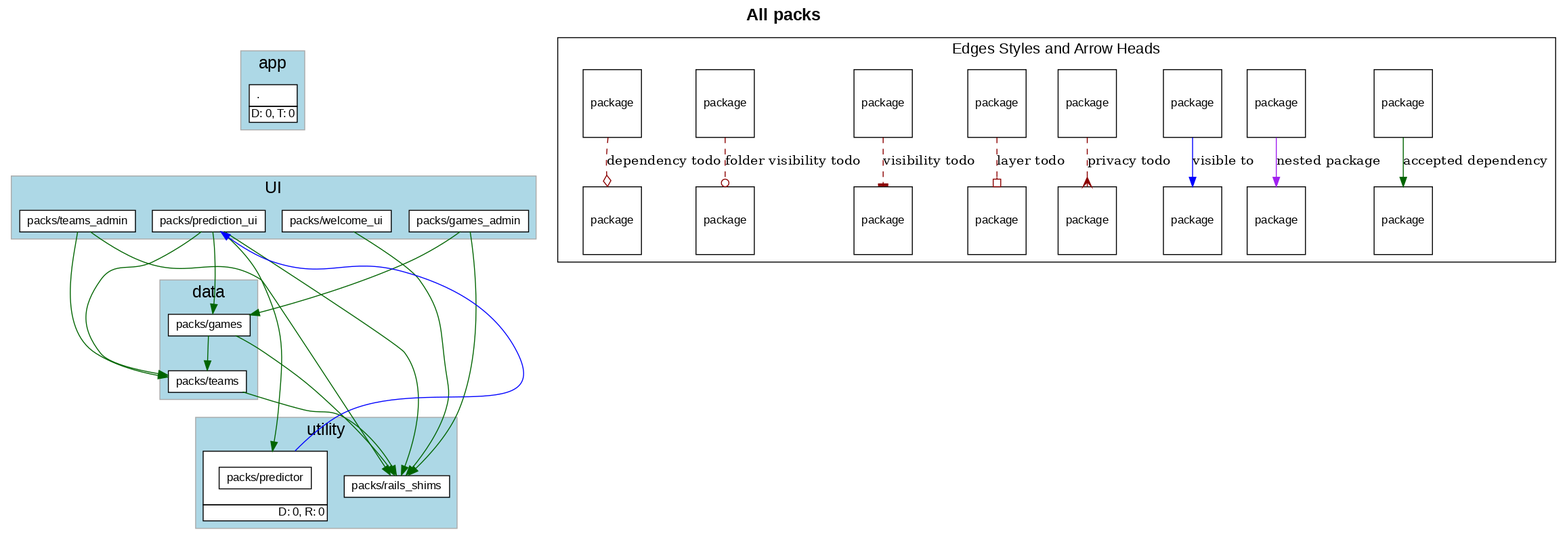
The Graphviz diagram diagrams/all_packs.png in shageman/package-based-rails-applications, before a commit. Its source is kept beside it as diagrams/all_packs.dot.
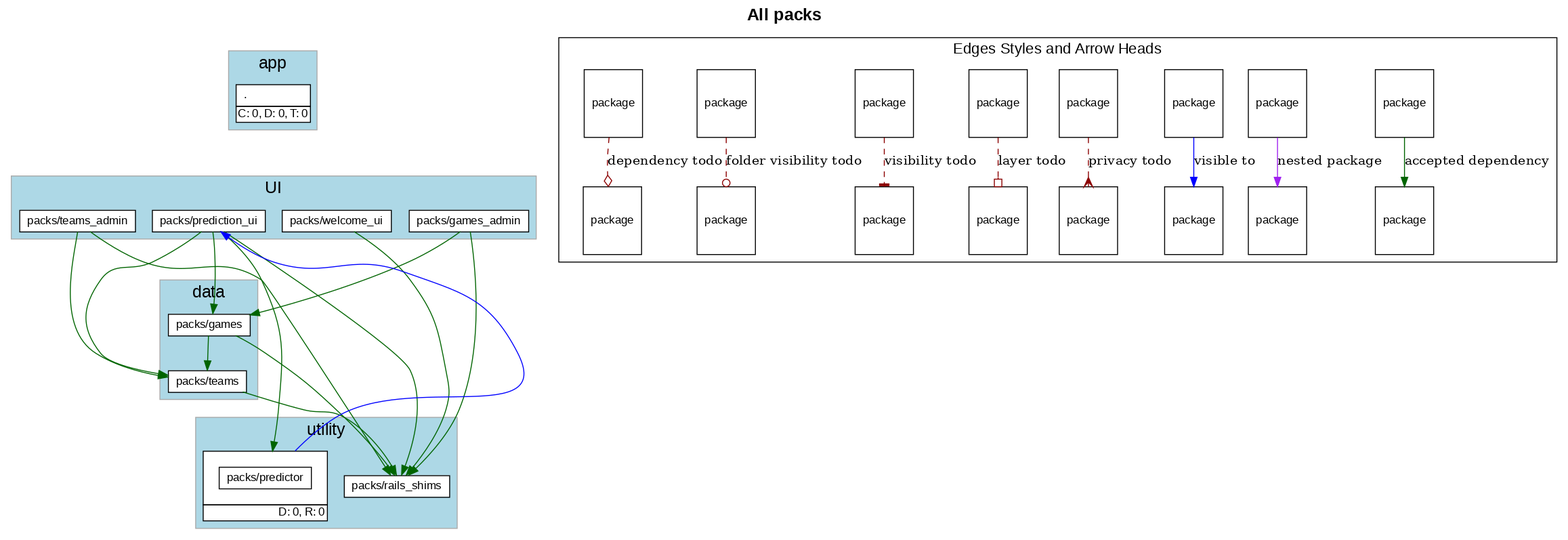
After the commit.

What changed in the source:
```diff
@@ -30,7 +30,7 @@
             label= <
                 <table border='0' cellborder='1' cellspacing='0' cellpadding='4'>
                   <tr> <td align='left'> . </td> </tr>
-                  <tr><td CELLPADDING='1' ALIGN='RIGHT'>D: 0, T: 0</td></tr>
+                  <tr><td CELLPADDING='1' ALIGN='RIGHT'>C: 0, D: 0, T: 0</td></tr>
                 </table>
               >
           ]
```
